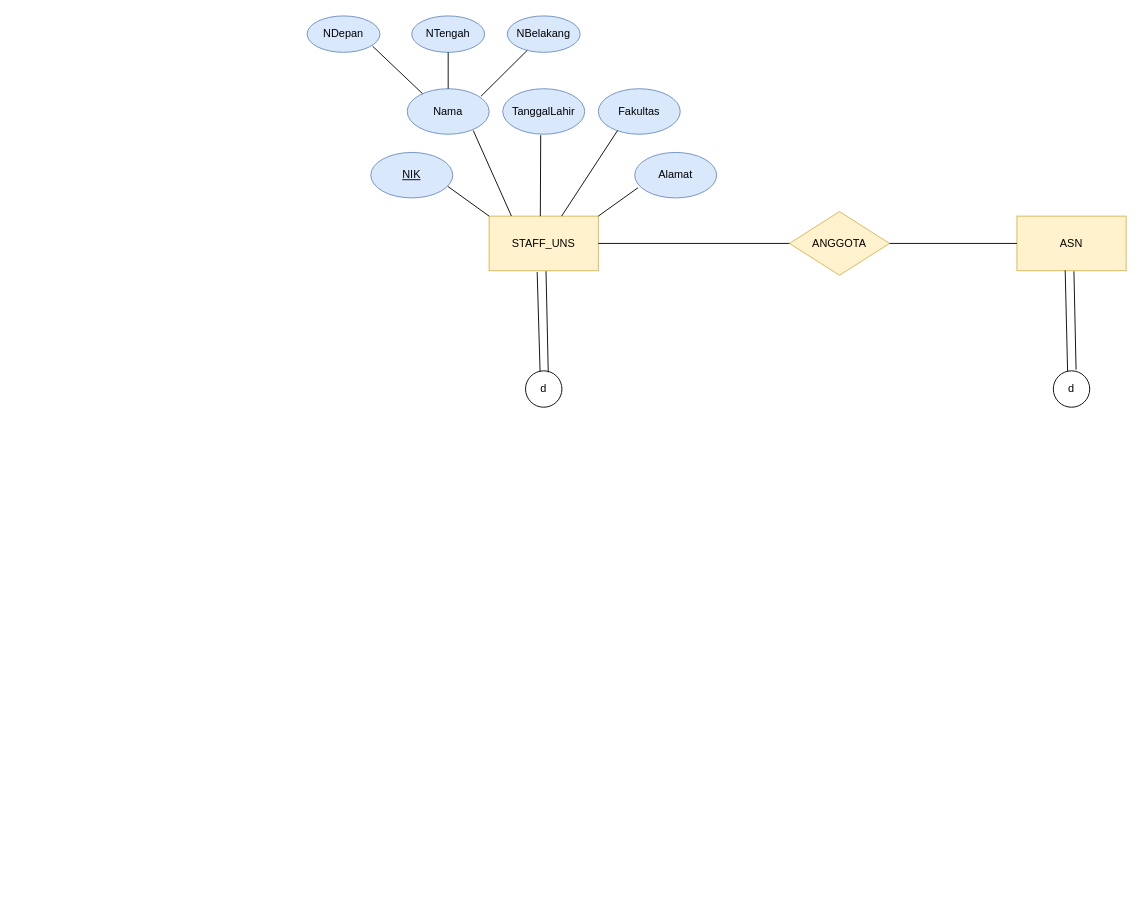
This is page "Page-1" (1 of 2) of Untitled Diagram.drawio from Drithh/ER-Diagram, a draw.io file, before an edit. Source tidied: cells renumbered, new cells numbered last; positions are measured from the earlier drawing's top-left corner, leaving out a move shared by most shapes. Both pictures are drawn from the tidied source at 91%, with x=0, y=0 at pixel (307, 15).
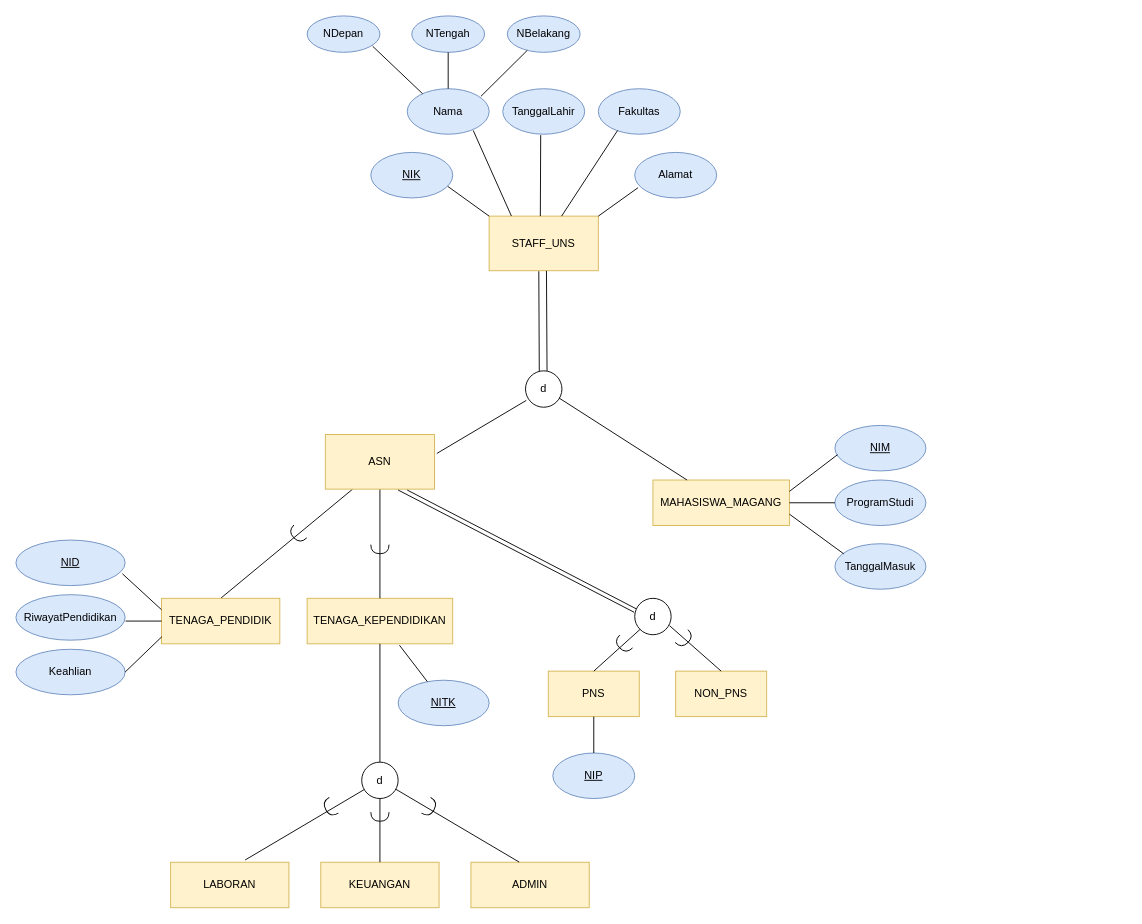
Above is the later version.

Unchanged cells that the change refers to:
```xml
<mxCell id="2" value="STAFF_UNS" style="rounded=0;whiteSpace=wrap;html=1;fillColor=#fff2cc;strokeColor=#d6b656;" parent="1" vertex="1">
  <mxGeometry x="200" y="220" width="120" height="60" as="geometry" />
</mxCell>
<mxCell id="26" value="d" style="ellipse;whiteSpace=wrap;html=1;" parent="1" vertex="1">
  <mxGeometry x="240" y="390" width="40" height="40" as="geometry" />
</mxCell>
```

The edit, as a diff of the source:
```diff
@@
-    <mxCell id="19" value="ANGGOTA" style="rhombus;whiteSpace=wrap;html=1;fillColor=#fff2cc;strokeColor=#d6b656;" parent="1" vertex="1">
-      <mxGeometry x="530" y="215" width="110" height="70" as="geometry" />
-    </mxCell>
-    <mxCell id="20" value="ASN" style="rounded=0;whiteSpace=wrap;html=1;fillColor=#fff2cc;strokeColor=#d6b656;" parent="1" vertex="1">
-      <mxGeometry x="780" y="220" width="120" height="60" as="geometry" />
-    </mxCell>
-    <mxCell id="21" value="d" style="ellipse;whiteSpace=wrap;html=1;" parent="1" vertex="1">
-      <mxGeometry x="820" y="390" width="40" height="40" as="geometry" />
-    </mxCell>
-    <mxCell id="22" style="endArrow=none;html=1;entryX=0;entryY=0.5;entryDx=0;entryDy=0;exitX=1;exitY=0.5;exitDx=0;exitDy=0;" parent="1" edge="1" source="2" target="19">
-      <mxGeometry relative="1" as="geometry" />
-    </mxCell>
-    <mxCell id="23" style="endArrow=none;html=1;exitX=0.522;exitY=1.011;exitDx=0;exitDy=0;exitPerimeter=0;entryX=0.625;entryY=-0.033;entryDx=0;entryDy=0;entryPerimeter=0;" parent="1" edge="1" source="20" target="21">
-      <mxGeometry relative="1" as="geometry" />
-    </mxCell>
-    <mxCell id="24" style="endArrow=none;html=1;entryX=0.392;entryY=0.017;entryDx=0;entryDy=0;entryPerimeter=0;exitX=0.442;exitY=0.994;exitDx=0;exitDy=0;exitPerimeter=0;" parent="1" edge="1" source="20" target="21">
-      <mxGeometry relative="1" as="geometry" />
-    </mxCell>
-    <mxCell id="25" style="endArrow=none;html=1;entryX=0;entryY=0.5;entryDx=0;entryDy=0;exitX=1;exitY=0.5;exitDx=0;exitDy=0;" parent="1" edge="1" source="19" target="20">
+    <mxCell id="25" style="endArrow=none;html=1;entryX=0.25;entryY=1;entryDx=0;entryDy=0;exitX=0.5;exitY=0;exitDx=0;exitDy=0;" parent="1" edge="1" source="31" target="20">
       <mxGeometry relative="1" as="geometry" />
     </mxCell>
@@
-    <mxCell id="27" style="endArrow=none;html=1;exitX=0.521;exitY=1.009;exitDx=0;exitDy=0;exitPerimeter=0;entryX=0.624;entryY=0.042;entryDx=0;entryDy=0;entryPerimeter=0;" parent="1" edge="1" source="2" target="26">
+    <mxCell id="27" style="endArrow=none;html=1;entryX=0.591;entryY=0.002;entryDx=0;entryDy=0;entryPerimeter=0;exitX=0.525;exitY=1.002;exitDx=0;exitDy=0;exitPerimeter=0;" parent="1" edge="1" source="2" target="26">
       <mxGeometry relative="1" as="geometry" />
     </mxCell>
-    <mxCell id="28" style="endArrow=none;html=1;exitX=0.44;exitY=1.024;exitDx=0;exitDy=0;exitPerimeter=0;" parent="1" edge="1" source="2">
-      <mxGeometry relative="1" as="geometry">
-        <mxPoint x="256" y="391" as="targetPoint" />
-      </mxGeometry>
+    <mxCell id="28" style="endArrow=none;html=1;exitX=0.455;exitY=1.01;exitDx=0;exitDy=0;exitPerimeter=0;entryX=0.378;entryY=0.01;entryDx=0;entryDy=0;entryPerimeter=0;" parent="1" edge="1" source="2" target="26">
+      <mxGeometry relative="1" as="geometry" />
     </mxCell>
+    <mxCell id="29" value="TENAGA_KEPENDIDIKAN" style="rounded=0;whiteSpace=wrap;html=1;fillColor=#fff2cc;strokeColor=#d6b656;" parent="1" vertex="1">
+      <mxGeometry y="640" width="160" height="50" as="geometry" />
+    </mxCell>
+    <mxCell id="30" value="MAHASISWA_MAGANG" style="rounded=0;whiteSpace=wrap;html=1;fillColor=#fff2cc;strokeColor=#d6b656;" parent="1" vertex="1">
+      <mxGeometry x="380" y="510" width="150" height="50" as="geometry" />
+    </mxCell>
+    <mxCell id="31" value="TENAGA_PENDIDIK" style="rounded=0;whiteSpace=wrap;html=1;fillColor=#fff2cc;strokeColor=#d6b656;" parent="1" vertex="1">
+      <mxGeometry x="-160" y="640" width="130" height="50" as="geometry" />
+    </mxCell>
+    <mxCell id="32" style="endArrow=none;html=1;entryX=0.975;entryY=0.74;entryDx=0;entryDy=0;entryPerimeter=0;exitX=0;exitY=0.25;exitDx=0;exitDy=0;" parent="1" edge="1" source="31" target="35">
+      <mxGeometry relative="1" as="geometry" />
+    </mxCell>
+    <mxCell id="33" style="endArrow=none;html=1;entryX=0.92;entryY=0.746;entryDx=0;entryDy=0;entryPerimeter=0;exitX=0.25;exitY=0;exitDx=0;exitDy=0;" parent="1" edge="1" source="30" target="26">
+      <mxGeometry relative="1" as="geometry" />
+    </mxCell>
+    <mxCell id="34" style="endArrow=none;html=1;entryX=0.5;entryY=1;entryDx=0;entryDy=0;exitX=0.5;exitY=0;exitDx=0;exitDy=0;" parent="1" edge="1" source="29" target="20">
+      <mxGeometry relative="1" as="geometry" />
+    </mxCell>
+    <mxCell id="35" value="&lt;u&gt;NID&lt;/u&gt;" style="ellipse;whiteSpace=wrap;html=1;fillColor=#dae8fc;strokeColor=#6c8ebf;" parent="1" vertex="1">
+      <mxGeometry x="-320" y="576" width="120" height="50" as="geometry" />
+    </mxCell>
+    <mxCell id="36" value="RiwayatPendidikan" style="ellipse;whiteSpace=wrap;html=1;fillColor=#dae8fc;strokeColor=#6c8ebf;" parent="1" vertex="1">
+      <mxGeometry x="-320" y="636" width="120" height="50" as="geometry" />
+    </mxCell>
+    <mxCell id="37" value="Keahlian" style="ellipse;whiteSpace=wrap;html=1;fillColor=#dae8fc;strokeColor=#6c8ebf;" parent="1" vertex="1">
+      <mxGeometry x="-320" y="696" width="120" height="50" as="geometry" />
+    </mxCell>
+    <mxCell id="38" style="endArrow=none;html=1;startArrow=none;" parent="1" edge="1" source="44">
+      <mxGeometry relative="1" as="geometry">
+        <mxPoint x="140" y="746" as="targetPoint" />
+      </mxGeometry>
+    </mxCell>
+    <mxCell id="39" style="endArrow=none;html=1;entryX=1;entryY=0.5;entryDx=0;entryDy=0;exitX=0.003;exitY=0.843;exitDx=0;exitDy=0;exitPerimeter=0;" parent="1" edge="1" source="31" target="37">
+      <mxGeometry relative="1" as="geometry" />
+    </mxCell>
+    <mxCell id="40" style="endArrow=none;html=1;entryX=1.004;entryY=0.58;entryDx=0;entryDy=0;entryPerimeter=0;exitX=0;exitY=0.5;exitDx=0;exitDy=0;" parent="1" edge="1" source="31" target="36">
+      <mxGeometry relative="1" as="geometry" />
+    </mxCell>
+    <mxCell id="41" value="&lt;u&gt;NIM&lt;/u&gt;" style="ellipse;whiteSpace=wrap;html=1;fillColor=#dae8fc;strokeColor=#6c8ebf;" parent="1" vertex="1">
+      <mxGeometry x="580" y="450" width="100" height="50" as="geometry" />
+    </mxCell>
+    <mxCell id="42" value="ProgramStudi" style="ellipse;whiteSpace=wrap;html=1;fillColor=#dae8fc;strokeColor=#6c8ebf;" parent="1" vertex="1">
+      <mxGeometry x="580" y="510" width="100" height="50" as="geometry" />
+    </mxCell>
+    <mxCell id="43" value="TanggalMasuk" style="ellipse;whiteSpace=wrap;html=1;fillColor=#dae8fc;strokeColor=#6c8ebf;" parent="1" vertex="1">
+      <mxGeometry x="580" y="580" width="100" height="50" as="geometry" />
+    </mxCell>
+    <mxCell id="44" value="&lt;u&gt;NITK&lt;/u&gt;" style="ellipse;whiteSpace=wrap;html=1;fillColor=#dae8fc;strokeColor=#6c8ebf;" parent="1" vertex="1">
+      <mxGeometry x="100" y="730" width="100" height="50" as="geometry" />
+    </mxCell>
+    <mxCell id="45" style="endArrow=none;html=1;exitX=0.634;exitY=1.03;exitDx=0;exitDy=0;exitPerimeter=0;" parent="1" edge="1" source="29" target="44">
+      <mxGeometry relative="1" as="geometry" />
+    </mxCell>
+    <mxCell id="46" value="d" style="ellipse;whiteSpace=wrap;html=1;" parent="1" vertex="1">
+      <mxGeometry x="60" y="820" width="40" height="40" as="geometry" />
+    </mxCell>
+    <mxCell id="47" style="endArrow=none;html=1;entryX=0.097;entryY=0.223;entryDx=0;entryDy=0;entryPerimeter=0;exitX=1;exitY=0.75;exitDx=0;exitDy=0;" parent="1" edge="1" source="30" target="43">
+      <mxGeometry relative="1" as="geometry" />
+    </mxCell>
+    <mxCell id="48" style="endArrow=none;html=1;entryX=0;entryY=0.5;entryDx=0;entryDy=0;exitX=1;exitY=0.5;exitDx=0;exitDy=0;" parent="1" edge="1" source="30" target="42">
+      <mxGeometry relative="1" as="geometry" />
+    </mxCell>
+    <mxCell id="49" style="endArrow=none;html=1;entryX=0.028;entryY=0.644;entryDx=0;entryDy=0;entryPerimeter=0;exitX=1;exitY=0.25;exitDx=0;exitDy=0;" parent="1" edge="1" source="30" target="41">
+      <mxGeometry relative="1" as="geometry" />
+    </mxCell>
+    <mxCell id="50" style="endArrow=none;html=1;entryX=0.5;entryY=0;entryDx=0;entryDy=0;exitX=0.5;exitY=1;exitDx=0;exitDy=0;" parent="1" edge="1" source="29" target="46">
+      <mxGeometry relative="1" as="geometry" />
+    </mxCell>
+    <mxCell id="51" value="KEUANGAN" style="rounded=0;whiteSpace=wrap;html=1;fillColor=#fff2cc;strokeColor=#d6b656;" parent="1" vertex="1">
+      <mxGeometry x="15" y="930" width="130" height="50" as="geometry" />
+    </mxCell>
+    <mxCell id="20" value="ASN" style="rounded=0;whiteSpace=wrap;html=1;fillColor=#fff2cc;strokeColor=#d6b656;" parent="1" vertex="1">
+      <mxGeometry x="20" y="460" width="120" height="60" as="geometry" />
+    </mxCell>
+    <mxCell id="52" value="d" style="ellipse;whiteSpace=wrap;html=1;" parent="1" vertex="1">
+      <mxGeometry x="360" y="640" width="40" height="40" as="geometry" />
+    </mxCell>
+    <mxCell id="53" style="endArrow=none;html=1;entryX=0.045;entryY=0.29;entryDx=0;entryDy=0;entryPerimeter=0;" parent="1" edge="1" target="52">
+      <mxGeometry relative="1" as="geometry">
+        <mxPoint x="110" y="521" as="sourcePoint" />
+      </mxGeometry>
+    </mxCell>
+    <mxCell id="54" style="endArrow=none;html=1;entryX=-0.016;entryY=0.383;entryDx=0;entryDy=0;entryPerimeter=0;" parent="1" edge="1" target="52">
+      <mxGeometry relative="1" as="geometry">
+        <mxPoint x="100" y="521" as="sourcePoint" />
+      </mxGeometry>
+    </mxCell>
+    <mxCell id="55" value="PNS" style="rounded=0;whiteSpace=wrap;html=1;fillColor=#fff2cc;strokeColor=#d6b656;" parent="1" vertex="1">
+      <mxGeometry x="265" y="720" width="100" height="50" as="geometry" />
+    </mxCell>
+    <mxCell id="56" value="NON_PNS" style="rounded=0;whiteSpace=wrap;html=1;fillColor=#fff2cc;strokeColor=#d6b656;" parent="1" vertex="1">
+      <mxGeometry x="405" y="720" width="100" height="50" as="geometry" />
+    </mxCell>
+    <mxCell id="57" value="&lt;u&gt;NIP&lt;/u&gt;" style="ellipse;whiteSpace=wrap;html=1;fillColor=#dae8fc;strokeColor=#6c8ebf;" parent="1" vertex="1">
+      <mxGeometry x="270" y="810" width="90" height="50" as="geometry" />
+    </mxCell>
+    <mxCell id="58" style="endArrow=none;html=1;entryX=0.5;entryY=0;entryDx=0;entryDy=0;exitX=0.5;exitY=1;exitDx=0;exitDy=0;" parent="1" edge="1" source="55" target="57">
+      <mxGeometry relative="1" as="geometry" />
+    </mxCell>
+    <mxCell id="59" style="endArrow=none;html=1;entryX=0;entryY=1;entryDx=0;entryDy=0;exitX=0.5;exitY=0;exitDx=0;exitDy=0;" parent="1" edge="1" source="55" target="52">
+      <mxGeometry relative="1" as="geometry" />
+    </mxCell>
+    <mxCell id="60" style="endArrow=none;html=1;entryX=0.5;entryY=0;entryDx=0;entryDy=0;exitX=0.955;exitY=0.75;exitDx=0;exitDy=0;exitPerimeter=0;" parent="1" edge="1" source="52" target="56">
+      <mxGeometry relative="1" as="geometry" />
+    </mxCell>
+    <mxCell id="61" style="endArrow=none;html=1;entryX=0.021;entryY=0.813;entryDx=0;entryDy=0;entryPerimeter=0;exitX=1.021;exitY=0.347;exitDx=0;exitDy=0;exitPerimeter=0;" parent="1" edge="1" source="20" target="26">
+      <mxGeometry relative="1" as="geometry" />
+    </mxCell>
+    <mxCell id="62" value="LABORAN" style="rounded=0;whiteSpace=wrap;html=1;fillColor=#fff2cc;strokeColor=#d6b656;" parent="1" vertex="1">
+      <mxGeometry x="-150" y="930" width="130" height="50" as="geometry" />
+    </mxCell>
+    <mxCell id="63" value="ADMIN" style="rounded=0;whiteSpace=wrap;html=1;fillColor=#fff2cc;strokeColor=#d6b656;" parent="1" vertex="1">
+      <mxGeometry x="180" y="930" width="130" height="50" as="geometry" />
+    </mxCell>
+    <mxCell id="64" style="endArrow=none;html=1;entryX=0.408;entryY=-0.003;entryDx=0;entryDy=0;entryPerimeter=0;exitX=0.939;exitY=0.746;exitDx=0;exitDy=0;exitPerimeter=0;" parent="1" edge="1" source="46" target="63">
+      <mxGeometry relative="1" as="geometry" />
+    </mxCell>
+    <mxCell id="65" style="endArrow=none;html=1;entryX=0.5;entryY=0;entryDx=0;entryDy=0;" parent="1" edge="1" source="46" target="51">
+      <mxGeometry relative="1" as="geometry" />
+    </mxCell>
+    <mxCell id="66" style="endArrow=none;html=1;exitX=0.63;exitY=-0.049;exitDx=0;exitDy=0;exitPerimeter=0;" parent="1" edge="1" source="62" target="46">
+      <mxGeometry relative="1" as="geometry" />
+    </mxCell>
+    <mxCell id="67" style="shape=requiredInterface;html=1;verticalLabelPosition=bottom;rotation=90;" parent="1" vertex="1">
+      <mxGeometry x="75" y="870" width="10" height="20" as="geometry" />
+    </mxCell>
+    <mxCell id="68" style="shape=requiredInterface;html=1;verticalLabelPosition=bottom;rotation=90;" parent="1" vertex="1">
+      <mxGeometry x="75" y="576" width="10" height="20" as="geometry" />
+    </mxCell>
+    <mxCell id="69" style="shape=requiredInterface;html=1;verticalLabelPosition=bottom;rotation=-210;" parent="1" vertex="1">
+      <mxGeometry x="20" y="860" width="10" height="20" as="geometry" />
+    </mxCell>
+    <mxCell id="70" style="shape=requiredInterface;html=1;verticalLabelPosition=bottom;rotation=30;" parent="1" vertex="1">
+      <mxGeometry x="130" y="860" width="10" height="20" as="geometry" />
+    </mxCell>
+    <mxCell id="71" style="shape=requiredInterface;html=1;verticalLabelPosition=bottom;rotation=135;" parent="1" vertex="1">
+      <mxGeometry x="-16" y="560" width="10" height="20" as="geometry" />
+    </mxCell>
+    <mxCell id="72" style="shape=requiredInterface;html=1;verticalLabelPosition=bottom;rotation=135;" parent="1" vertex="1">
+      <mxGeometry x="342" y="681" width="10" height="20" as="geometry" />
+    </mxCell>
+    <mxCell id="73" style="shape=requiredInterface;html=1;verticalLabelPosition=bottom;rotation=45;" parent="1" vertex="1">
+      <mxGeometry x="410" y="675" width="10" height="20" as="geometry" />
+    </mxCell>
```
